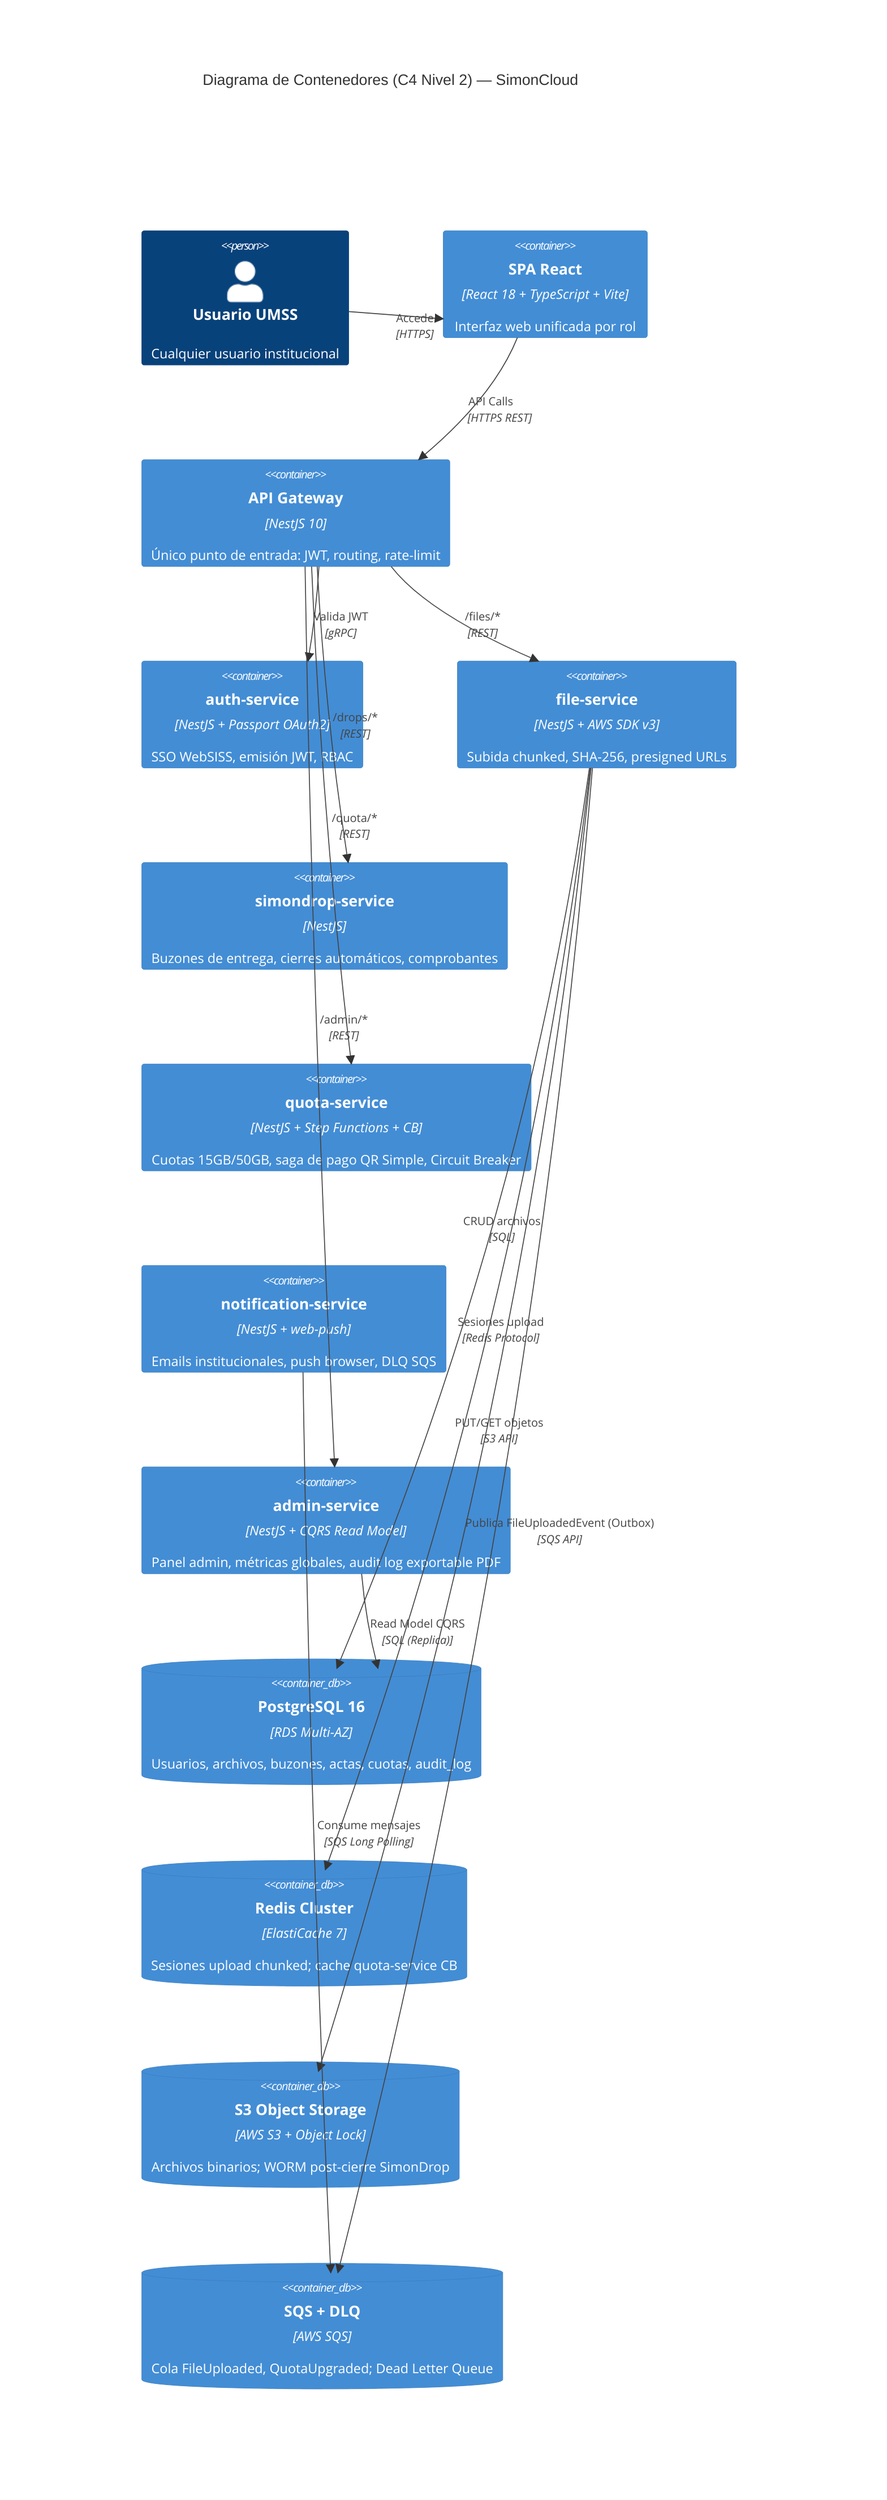
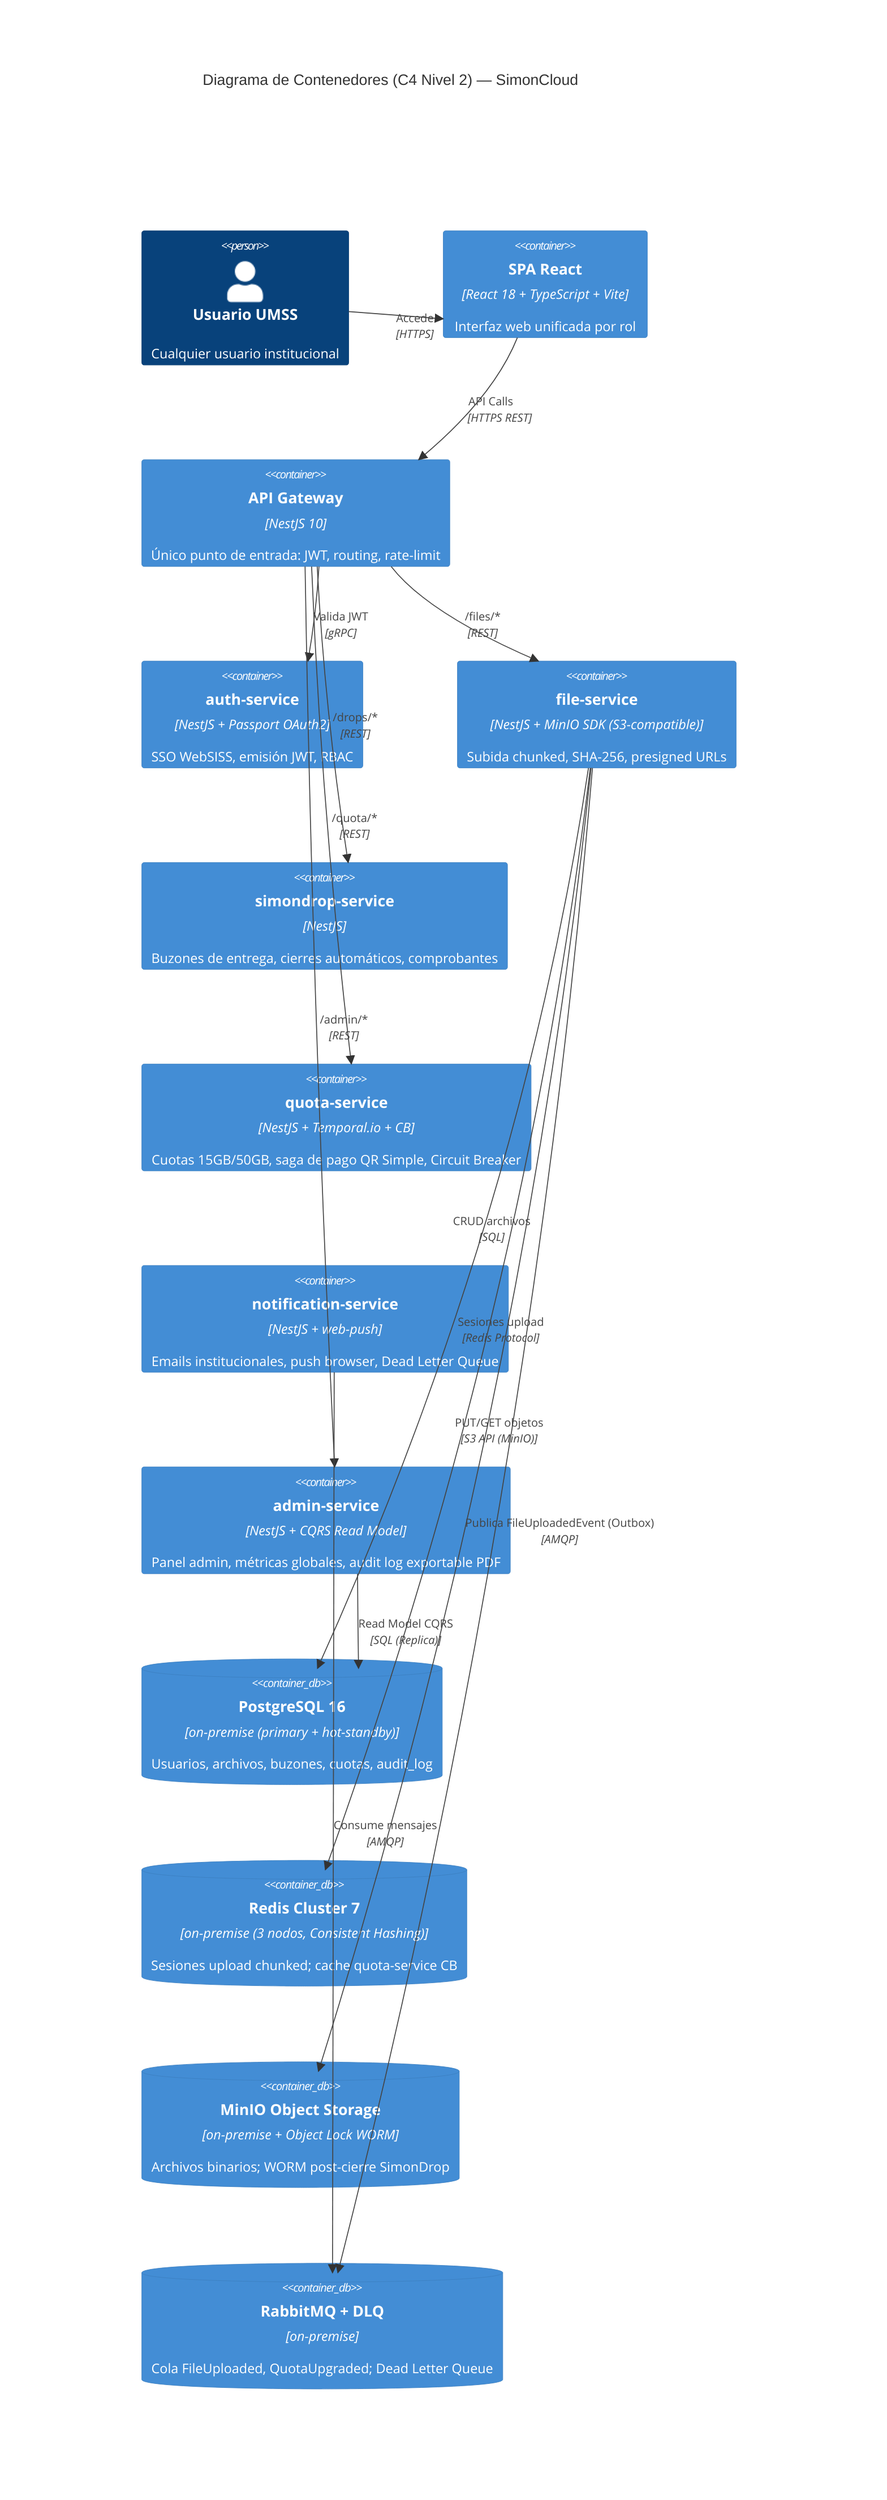
---
title: "C4 Nivel 2 — Contenedores SimonCloud"
---
C4Container
title Diagrama de Contenedores (C4 Nivel 2) — SimonCloud

Person(usuario, "Usuario UMSS", "Cualquier usuario institucional")

Container(spa, "SPA React", "React 18 + TypeScript + Vite", "Interfaz web unificada por rol")
Container(gateway, "API Gateway", "NestJS 10", "Único punto de entrada: JWT, routing, rate-limit")
Container(auth, "auth-service", "NestJS + Passport OAuth2", "SSO WebSISS, emisión JWT, RBAC")
- Container(files, "file-service", "NestJS + AWS SDK v3", "Subida chunked, SHA-256, presigned URLs")
+ Container(files, "file-service", "NestJS + MinIO SDK (S3-compatible)", "Subida chunked, SHA-256, presigned URLs")
Container(drops, "simondrop-service", "NestJS", "Buzones de entrega, cierres automáticos, comprobantes")
- Container(quota, "quota-service", "NestJS + Step Functions + CB", "Cuotas 15GB/50GB, saga de pago QR Simple, Circuit Breaker")
- Container(notif, "notification-service", "NestJS + web-push", "Emails institucionales, push browser, DLQ SQS")
+ Container(quota, "quota-service", "NestJS + Temporal.io + CB", "Cuotas 15GB/50GB, saga de pago QR Simple, Circuit Breaker")
+ Container(notif, "notification-service", "NestJS + web-push", "Emails institucionales, push browser, Dead Letter Queue")
Container(admin_svc, "admin-service", "NestJS + CQRS Read Model", "Panel admin, métricas globales, audit log exportable PDF")

- ContainerDb(pg, "PostgreSQL 16", "RDS Multi-AZ", "Usuarios, archivos, buzones, actas, cuotas, audit_log")
- ContainerDb(redis, "Redis Cluster", "ElastiCache 7", "Sesiones upload chunked; cache quota-service CB")
- ContainerDb(s3_obj, "S3 Object Storage", "AWS S3 + Object Lock", "Archivos binarios; WORM post-cierre SimonDrop")
- ContainerDb(sqs_q, "SQS + DLQ", "AWS SQS", "Cola FileUploaded, QuotaUpgraded; Dead Letter Queue")
+ ContainerDb(pg, "PostgreSQL 16", "on-premise (primary + hot-standby)", "Usuarios, archivos, buzones, cuotas, audit_log")
+ ContainerDb(redis, "Redis Cluster 7", "on-premise (3 nodos, Consistent Hashing)", "Sesiones upload chunked; cache quota-service CB")
+ ContainerDb(s3_obj, "MinIO Object Storage", "on-premise + Object Lock WORM", "Archivos binarios; WORM post-cierre SimonDrop")
+ ContainerDb(rabbit, "RabbitMQ + DLQ", "on-premise", "Cola FileUploaded, QuotaUpgraded; Dead Letter Queue")

Rel(usuario, spa, "Accede", "HTTPS")
Rel(spa, gateway, "API Calls", "HTTPS REST")
Rel(gateway, auth, "Valida JWT", "gRPC")
Rel(gateway, files, "/files/*", "REST")
Rel(gateway, drops, "/drops/*", "REST")
Rel(gateway, quota, "/quota/*", "REST")
Rel(gateway, admin_svc, "/admin/*", "REST")
Rel(files, pg, "CRUD archivos", "SQL")
Rel(files, redis, "Sesiones upload", "Redis Protocol")
- Rel(files, s3_obj, "PUT/GET objetos", "S3 API")
- Rel(files, sqs_q, "Publica FileUploadedEvent (Outbox)", "SQS API")
- Rel(notif, sqs_q, "Consume mensajes", "SQS Long Polling")
+ Rel(files, s3_obj, "PUT/GET objetos", "S3 API (MinIO)")
+ Rel(files, rabbit, "Publica FileUploadedEvent (Outbox)", "AMQP")
+ Rel(notif, rabbit, "Consume mensajes", "AMQP")
Rel(admin_svc, pg, "Read Model CQRS", "SQL (Replica)")
